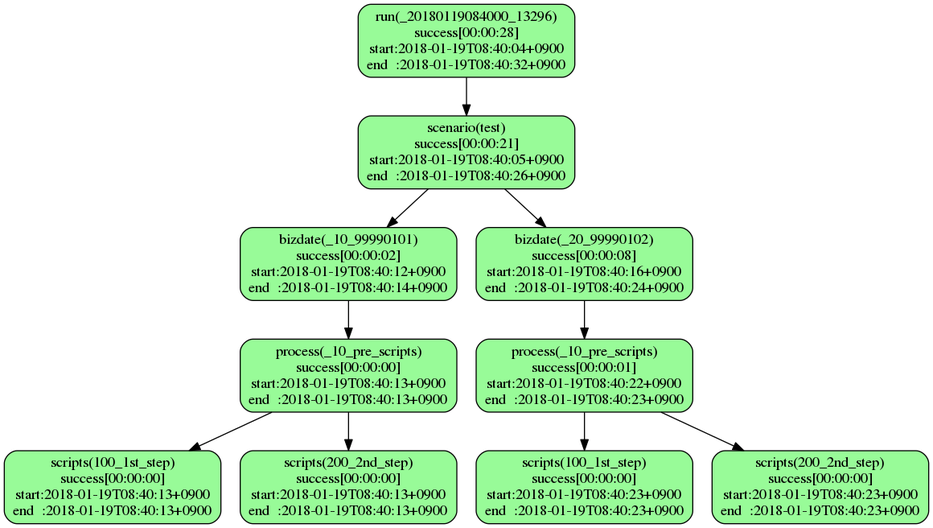
Above: sample.png in tkhr-sait/stfw-result-viewer-rails (Graphviz), before the change. Its source is kept beside it as sample.dot.
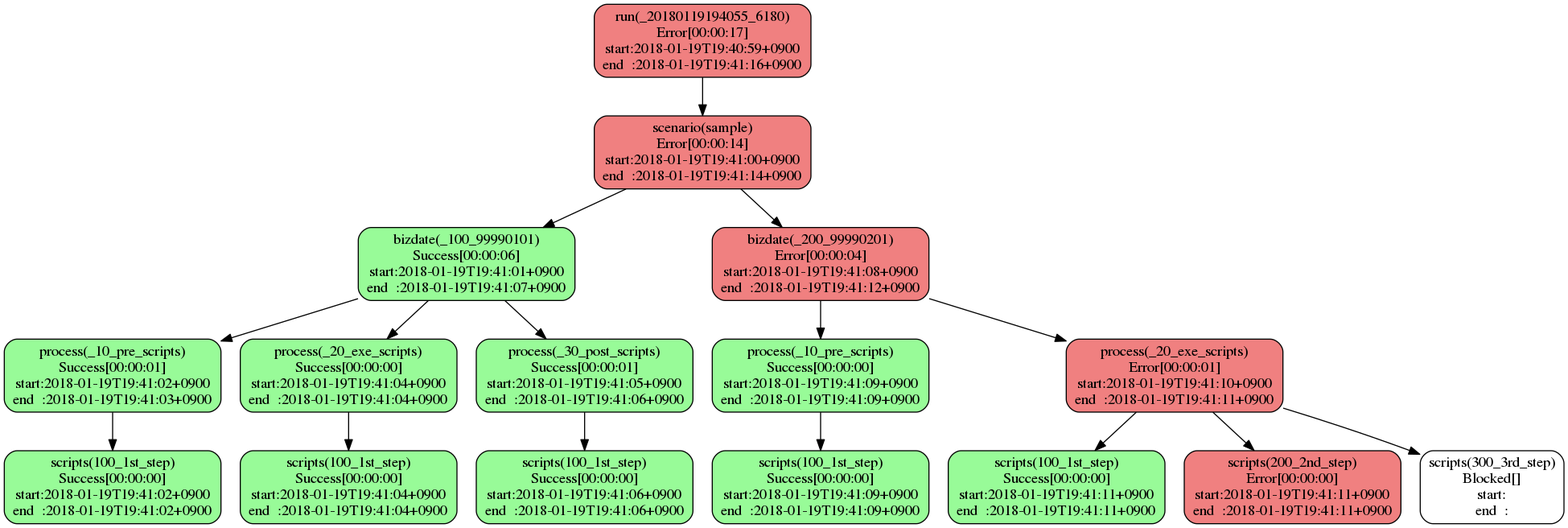
Above is the later version.

The edit, as a diff of the source:
```diff
@@ -1,22 +1,34 @@
 digraph G {
   layout="dot";
-  x20180119084000x13296xrun[label="run(_20180119084000_13296)\nsuccess[00:00:28]\nstart:2018-01-19T08:40:04+0900\nend  :2018-01-19T08:40:32+0900",shape="box",style="filled,rounded",fillcolor="palegreen"];
-  x20180119084000x13296xrunxtest[label="scenario(test)\nsuccess[00:00:21]\nstart:2018-01-19T08:40:05+0900\nend  :2018-01-19T08:40:26+0900",shape="box",style="filled,rounded",fillcolor="palegreen"];
-  x20180119084000x13296xrunxtestxx10x99990101[label="bizdate(_10_99990101)\nsuccess[00:00:02]\nstart:2018-01-19T08:40:12+0900\nend  :2018-01-19T08:40:14+0900",shape="box",style="filled,rounded",fillcolor="palegreen"];
-  x20180119084000x13296xrunxtestxx10x99990101xx10xprexscripts[label="process(_10_pre_scripts)\nsuccess[00:00:00]\nstart:2018-01-19T08:40:13+0900\nend  :2018-01-19T08:40:13+0900",shape="box",style="filled,rounded",fillcolor="palegreen"];
-  x20180119084000x13296xrunxtestxx10x99990101xx10xprexscriptsx100x1stxstep[label="scripts(100_1st_step)\nsuccess[00:00:00]\nstart:2018-01-19T08:40:13+0900\nend  :2018-01-19T08:40:13+0900",shape="box",style="filled,rounded",fillcolor="palegreen"];
-  x20180119084000x13296xrunxtestxx10x99990101xx10xprexscriptsx200x2ndxstep[label="scripts(200_2nd_step)\nsuccess[00:00:00]\nstart:2018-01-19T08:40:13+0900\nend  :2018-01-19T08:40:13+0900",shape="box",style="filled,rounded",fillcolor="palegreen"];
-  x20180119084000x13296xrunxtestxx20x99990102[label="bizdate(_20_99990102)\nsuccess[00:00:08]\nstart:2018-01-19T08:40:16+0900\nend  :2018-01-19T08:40:24+0900",shape="box",style="filled,rounded",fillcolor="palegreen"];
-  x20180119084000x13296xrunxtestxx20x99990102xx10xprexscripts[label="process(_10_pre_scripts)\nsuccess[00:00:01]\nstart:2018-01-19T08:40:22+0900\nend  :2018-01-19T08:40:23+0900",shape="box",style="filled,rounded",fillcolor="palegreen"];
-  x20180119084000x13296xrunxtestxx20x99990102xx10xprexscriptsx100x1stxstep[label="scripts(100_1st_step)\nsuccess[00:00:00]\nstart:2018-01-19T08:40:23+0900\nend  :2018-01-19T08:40:23+0900",shape="box",style="filled,rounded",fillcolor="palegreen"];
-  x20180119084000x13296xrunxtestxx20x99990102xx10xprexscriptsx200x2ndxstep[label="scripts(200_2nd_step)\nsuccess[00:00:00]\nstart:2018-01-19T08:40:23+0900\nend  :2018-01-19T08:40:23+0900",shape="box",style="filled,rounded",fillcolor="palegreen"];
-  x20180119084000x13296xrun -> x20180119084000x13296xrunxtest;
-  x20180119084000x13296xrunxtest -> x20180119084000x13296xrunxtestxx10x99990101;
-  x20180119084000x13296xrunxtestxx10x99990101 -> x20180119084000x13296xrunxtestxx10x99990101xx10xprexscripts;
-  x20180119084000x13296xrunxtestxx10x99990101xx10xprexscripts -> x20180119084000x13296xrunxtestxx10x99990101xx10xprexscriptsx100x1stxstep;
-  x20180119084000x13296xrunxtestxx10x99990101xx10xprexscripts -> x20180119084000x13296xrunxtestxx10x99990101xx10xprexscriptsx200x2ndxstep;
-  x20180119084000x13296xrunxtest -> x20180119084000x13296xrunxtestxx20x99990102;
-  x20180119084000x13296xrunxtestxx20x99990102 -> x20180119084000x13296xrunxtestxx20x99990102xx10xprexscripts;
-  x20180119084000x13296xrunxtestxx20x99990102xx10xprexscripts -> x20180119084000x13296xrunxtestxx20x99990102xx10xprexscriptsx100x1stxstep;
-  x20180119084000x13296xrunxtestxx20x99990102xx10xprexscripts -> x20180119084000x13296xrunxtestxx20x99990102xx10xprexscriptsx200x2ndxstep;
+  x20180119194055x6180xrun[label="run(_20180119194055_6180)\nError[00:00:17]\nstart:2018-01-19T19:40:59+0900\nend  :2018-01-19T19:41:16+0900",shape="box",style="filled,rounded",fillcolor="lightcoral"];
+  x20180119194055x6180xrunxsample[label="scenario(sample)\nError[00:00:14]\nstart:2018-01-19T19:41:00+0900\nend  :2018-01-19T19:41:14+0900",shape="box",style="filled,rounded",fillcolor="lightcoral"];
+  x20180119194055x6180xrunxsamplexx100x99990101[label="bizdate(_100_99990101)\nSuccess[00:00:06]\nstart:2018-01-19T19:41:01+0900\nend  :2018-01-19T19:41:07+0900",shape="box",style="filled,rounded",fillcolor="palegreen"];
+  x20180119194055x6180xrunxsamplexx100x99990101xx10xprexscripts[label="process(_10_pre_scripts)\nSuccess[00:00:01]\nstart:2018-01-19T19:41:02+0900\nend  :2018-01-19T19:41:03+0900",shape="box",style="filled,rounded",fillcolor="palegreen"];
+  x20180119194055x6180xrunxsamplexx100x99990101xx10xprexscriptsx100x1stxstep[label="scripts(100_1st_step)\nSuccess[00:00:00]\nstart:2018-01-19T19:41:02+0900\nend  :2018-01-19T19:41:02+0900",shape="box",style="filled,rounded",fillcolor="palegreen"];
+  x20180119194055x6180xrunxsamplexx100x99990101xx20xexexscripts[label="process(_20_exe_scripts)\nSuccess[00:00:00]\nstart:2018-01-19T19:41:04+0900\nend  :2018-01-19T19:41:04+0900",shape="box",style="filled,rounded",fillcolor="palegreen"];
+  x20180119194055x6180xrunxsamplexx100x99990101xx20xexexscriptsx100x1stxstep[label="scripts(100_1st_step)\nSuccess[00:00:00]\nstart:2018-01-19T19:41:04+0900\nend  :2018-01-19T19:41:04+0900",shape="box",style="filled,rounded",fillcolor="palegreen"];
+  x20180119194055x6180xrunxsamplexx100x99990101xx30xpostxscripts[label="process(_30_post_scripts)\nSuccess[00:00:01]\nstart:2018-01-19T19:41:05+0900\nend  :2018-01-19T19:41:06+0900",shape="box",style="filled,rounded",fillcolor="palegreen"];
+  x20180119194055x6180xrunxsamplexx100x99990101xx30xpostxscriptsx100x1stxstep[label="scripts(100_1st_step)\nSuccess[00:00:00]\nstart:2018-01-19T19:41:06+0900\nend  :2018-01-19T19:41:06+0900",shape="box",style="filled,rounded",fillcolor="palegreen"];
+  x20180119194055x6180xrunxsamplexx200x99990201[label="bizdate(_200_99990201)\nError[00:00:04]\nstart:2018-01-19T19:41:08+0900\nend  :2018-01-19T19:41:12+0900",shape="box",style="filled,rounded",fillcolor="lightcoral"];
+  x20180119194055x6180xrunxsamplexx200x99990201xx10xprexscripts[label="process(_10_pre_scripts)\nSuccess[00:00:00]\nstart:2018-01-19T19:41:09+0900\nend  :2018-01-19T19:41:09+0900",shape="box",style="filled,rounded",fillcolor="palegreen"];
+  x20180119194055x6180xrunxsamplexx200x99990201xx10xprexscriptsx100x1stxstep[label="scripts(100_1st_step)\nSuccess[00:00:00]\nstart:2018-01-19T19:41:09+0900\nend  :2018-01-19T19:41:09+0900",shape="box",style="filled,rounded",fillcolor="palegreen"];
+  x20180119194055x6180xrunxsamplexx200x99990201xx20xexexscripts[label="process(_20_exe_scripts)\nError[00:00:01]\nstart:2018-01-19T19:41:10+0900\nend  :2018-01-19T19:41:11+0900",shape="box",style="filled,rounded",fillcolor="lightcoral"];
+  x20180119194055x6180xrunxsamplexx200x99990201xx20xexexscriptsx100x1stxstep[label="scripts(100_1st_step)\nSuccess[00:00:00]\nstart:2018-01-19T19:41:11+0900\nend  :2018-01-19T19:41:11+0900",shape="box",style="filled,rounded",fillcolor="palegreen"];
+  x20180119194055x6180xrunxsamplexx200x99990201xx20xexexscriptsx200x2ndxstep[label="scripts(200_2nd_step)\nError[00:00:00]\nstart:2018-01-19T19:41:11+0900\nend  :2018-01-19T19:41:11+0900",shape="box",style="filled,rounded",fillcolor="lightcoral"];
+  x20180119194055x6180xrunxsamplexx200x99990201xx20xexexscriptsx300x3rdxstep[label="scripts(300_3rd_step)\nBlocked[]\nstart:\nend  :",shape="box",style="filled,rounded",fillcolor="white"];
+  x20180119194055x6180xrun -> x20180119194055x6180xrunxsample;
+  x20180119194055x6180xrunxsample -> x20180119194055x6180xrunxsamplexx100x99990101;
+  x20180119194055x6180xrunxsamplexx100x99990101 -> x20180119194055x6180xrunxsamplexx100x99990101xx10xprexscripts;
+  x20180119194055x6180xrunxsamplexx100x99990101xx10xprexscripts -> x20180119194055x6180xrunxsamplexx100x99990101xx10xprexscriptsx100x1stxstep;
+  x20180119194055x6180xrunxsamplexx100x99990101 -> x20180119194055x6180xrunxsamplexx100x99990101xx20xexexscripts;
+  x20180119194055x6180xrunxsamplexx100x99990101xx20xexexscripts -> x20180119194055x6180xrunxsamplexx100x99990101xx20xexexscriptsx100x1stxstep;
+  x20180119194055x6180xrunxsamplexx100x99990101 -> x20180119194055x6180xrunxsamplexx100x99990101xx30xpostxscripts;
+  x20180119194055x6180xrunxsamplexx100x99990101xx30xpostxscripts -> x20180119194055x6180xrunxsamplexx100x99990101xx30xpostxscriptsx100x1stxstep;
+  x20180119194055x6180xrunxsample -> x20180119194055x6180xrunxsamplexx200x99990201;
+  x20180119194055x6180xrunxsamplexx200x99990201 -> x20180119194055x6180xrunxsamplexx200x99990201xx10xprexscripts;
+  x20180119194055x6180xrunxsamplexx200x99990201xx10xprexscripts -> x20180119194055x6180xrunxsamplexx200x99990201xx10xprexscriptsx100x1stxstep;
+  x20180119194055x6180xrunxsamplexx200x99990201 -> x20180119194055x6180xrunxsamplexx200x99990201xx20xexexscripts;
+  x20180119194055x6180xrunxsamplexx200x99990201xx20xexexscripts -> x20180119194055x6180xrunxsamplexx200x99990201xx20xexexscriptsx100x1stxstep;
+  x20180119194055x6180xrunxsamplexx200x99990201xx20xexexscripts -> x20180119194055x6180xrunxsamplexx200x99990201xx20xexexscriptsx200x2ndxstep;
+  x20180119194055x6180xrunxsamplexx200x99990201xx20xexexscripts -> x20180119194055x6180xrunxsamplexx200x99990201xx20xexexscriptsx300x3rdxstep;
 }
```
